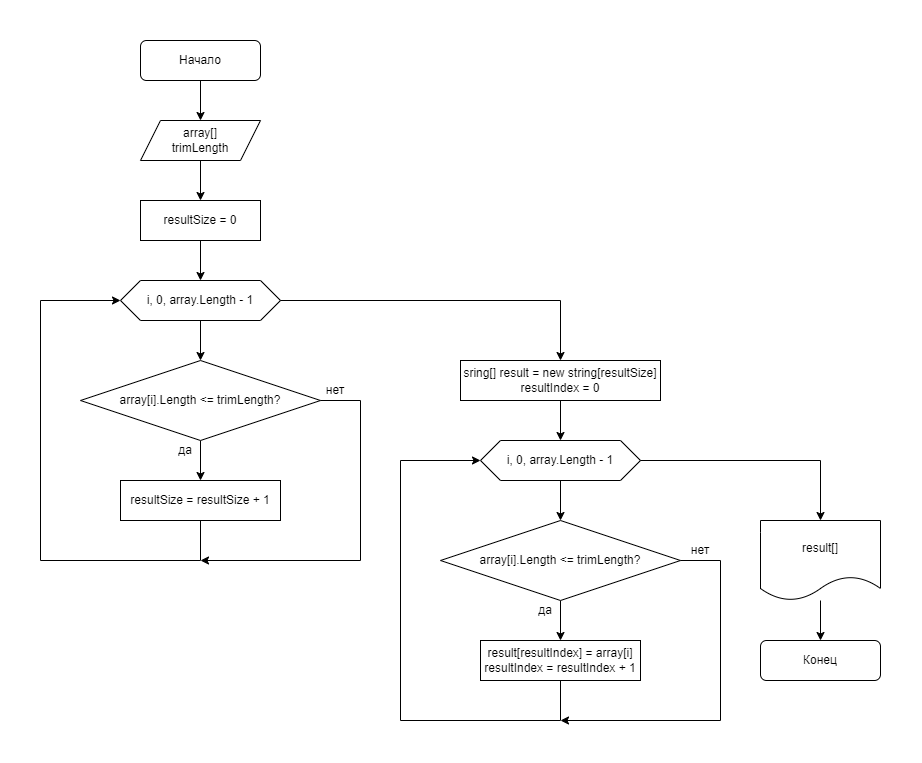
The draw.io diagram Algorithm.drawio.png in AlekseyDerevyannyh/03_SpecializationChoiceFinal, before a commit. Source tidied: cells renumbered, new cells last; positions are measured from the earlier drawing's top-left corner, leaving out a move shared by most shapes.
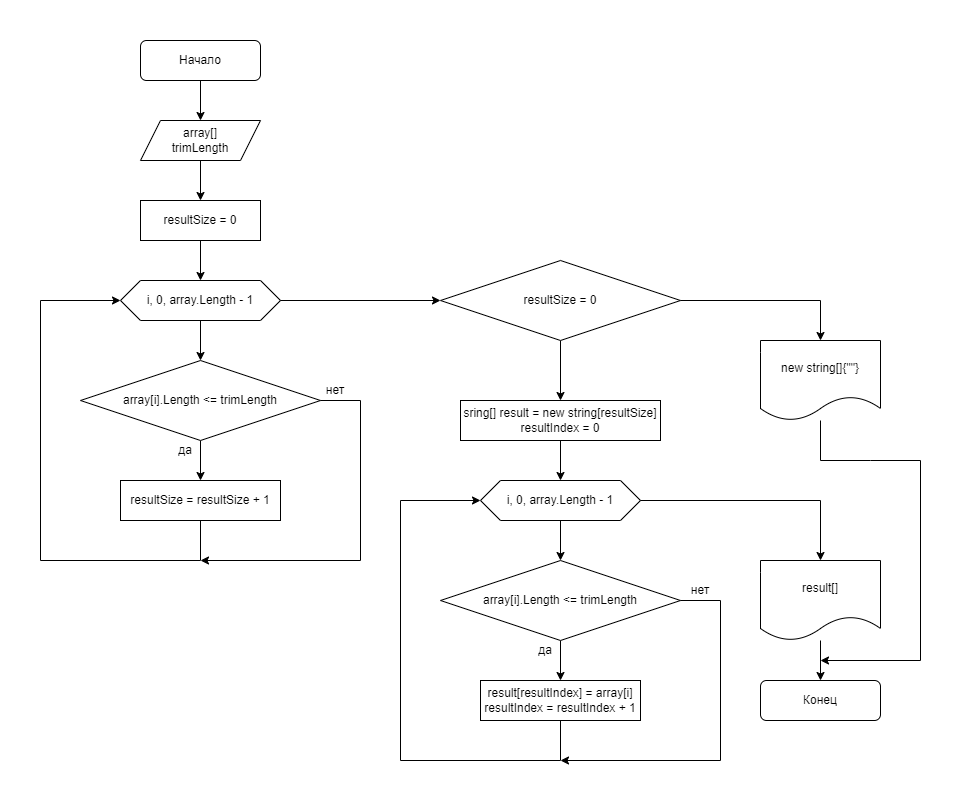
Later version of the same file.

Commit message:
add function TrimString in Program.cs & some changes in Algorithm.drawio.png

What changed in the source:
```diff
@@ -9,7 +9,7 @@
       <mxGeometry x="140" y="40" width="120" height="40" as="geometry" />
     </mxCell>
     <mxCell id="4" value="Конец" style="rounded=1;whiteSpace=wrap;html=1;" parent="1" vertex="1">
-      <mxGeometry x="760" y="640" width="120" height="40" as="geometry" />
+      <mxGeometry x="760" y="680" width="120" height="40" as="geometry" />
     </mxCell>
     <mxCell id="5" style="edgeStyle=none;html=1;" parent="1" edge="1" source="6" target="8">
       <mxGeometry relative="1" as="geometry" />
@@ -32,7 +32,7 @@
     <mxCell id="11" style="edgeStyle=none;html=1;" parent="1" edge="1" source="12" target="14">
       <mxGeometry relative="1" as="geometry" />
     </mxCell>
-    <mxCell id="12" value="array[i].Length &amp;lt;= trimLength?" style="rhombus;whiteSpace=wrap;html=1;" parent="1" vertex="1">
+    <mxCell id="12" value="array[i].Length &amp;lt;= trimLength" style="rhombus;whiteSpace=wrap;html=1;" parent="1" vertex="1">
       <mxGeometry x="80" y="360" width="240" height="80" as="geometry" />
     </mxCell>
     <mxCell id="13" style="edgeStyle=none;html=1;exitX=1;exitY=0.5;exitDx=0;exitDy=0;rounded=0;" parent="1" edge="1" source="12">
@@ -66,90 +66,113 @@
       <mxGeometry relative="1" as="geometry" />
     </mxCell>
     <mxCell id="19" value="sring[] result = new string[resultSize]&lt;br&gt;resultIndex = 0" style="rounded=0;whiteSpace=wrap;html=1;" parent="1" vertex="1">
-      <mxGeometry x="460" y="360" width="200" height="40" as="geometry" />
+      <mxGeometry x="460" y="400" width="200" height="40" as="geometry" />
     </mxCell>
     <mxCell id="20" style="edgeStyle=none;rounded=0;html=1;" parent="1" edge="1" source="21" target="23">
       <mxGeometry relative="1" as="geometry" />
     </mxCell>
     <mxCell id="21" value="i, 0, array.Length - 1" style="shape=hexagon;perimeter=hexagonPerimeter2;whiteSpace=wrap;html=1;fixedSize=1;" parent="1" vertex="1">
-      <mxGeometry x="480" y="440" width="160" height="40" as="geometry" />
+      <mxGeometry x="480" y="480" width="160" height="40" as="geometry" />
     </mxCell>
     <mxCell id="22" style="edgeStyle=none;rounded=0;html=1;" parent="1" edge="1" source="23" target="24">
       <mxGeometry relative="1" as="geometry" />
     </mxCell>
-    <mxCell id="23" value="array[i].Length &amp;lt;= trimLength?" style="rhombus;whiteSpace=wrap;html=1;" parent="1" vertex="1">
-      <mxGeometry x="440" y="520" width="240" height="80" as="geometry" />
+    <mxCell id="23" value="array[i].Length &amp;lt;= trimLength" style="rhombus;whiteSpace=wrap;html=1;" parent="1" vertex="1">
+      <mxGeometry x="440" y="560" width="240" height="80" as="geometry" />
     </mxCell>
     <mxCell id="24" value="result[resultIndex] = array[i]&lt;br&gt;resultIndex = resultIndex + 1" style="rounded=0;whiteSpace=wrap;html=1;" parent="1" vertex="1">
-      <mxGeometry x="480" y="640" width="160" height="40" as="geometry" />
+      <mxGeometry x="480" y="680" width="160" height="40" as="geometry" />
     </mxCell>
     <mxCell id="25" value="да" style="text;html=1;strokeColor=none;fillColor=none;align=center;verticalAlign=middle;whiteSpace=wrap;rounded=0;" parent="1" vertex="1">
-      <mxGeometry x="530" y="600" width="30" height="20" as="geometry" />
+      <mxGeometry x="530" y="640" width="30" height="20" as="geometry" />
     </mxCell>
     <mxCell id="26" style="endArrow=classic;html=1;rounded=0;exitX=0.5;exitY=1;exitDx=0;exitDy=0;entryX=0;entryY=0.5;entryDx=0;entryDy=0;" parent="1" edge="1" source="24" target="21">
       <mxGeometry relative="1" as="geometry">
         <Array as="points">
-          <mxPoint x="560" y="720" />
-          <mxPoint x="400" y="720" />
-          <mxPoint x="400" y="460" />
+          <mxPoint x="560" y="760" />
+          <mxPoint x="400" y="760" />
+          <mxPoint x="400" y="500" />
         </Array>
       </mxGeometry>
     </mxCell>
     <mxCell id="27" style="endArrow=classic;html=1;rounded=0;exitX=1;exitY=0.5;exitDx=0;exitDy=0;" parent="1" edge="1" source="23">
       <mxGeometry relative="1" as="geometry">
-        <mxPoint x="560" y="720" as="targetPoint" />
+        <mxPoint x="560" y="760" as="targetPoint" />
         <Array as="points">
-          <mxPoint x="720" y="560" />
-          <mxPoint x="720" y="720" />
+          <mxPoint x="720" y="600" />
+          <mxPoint x="720" y="760" />
         </Array>
       </mxGeometry>
     </mxCell>
     <mxCell id="28" value="нет" style="text;html=1;strokeColor=none;fillColor=none;align=center;verticalAlign=middle;whiteSpace=wrap;rounded=0;" parent="1" vertex="1">
-      <mxGeometry x="685" y="540" width="30" height="20" as="geometry" />
+      <mxGeometry x="685" y="580" width="30" height="20" as="geometry" />
     </mxCell>
-    <mxCell id="29" style="endArrow=classic;html=1;rounded=0;exitX=1;exitY=0.5;exitDx=0;exitDy=0;entryX=0.5;entryY=0;entryDx=0;entryDy=0;" parent="1" edge="1" source="10" target="19">
-      <mxGeometry relative="1" as="geometry">
-        <Array as="points">
-          <mxPoint x="560" y="300" />
-        </Array>
-      </mxGeometry>
-    </mxCell>
     <mxCell id="30" style="edgeStyle=none;rounded=0;html=1;" parent="1" edge="1" source="31" target="4">
       <mxGeometry relative="1" as="geometry" />
     </mxCell>
     <mxCell id="31" value="result[]" style="shape=document;whiteSpace=wrap;html=1;boundedLbl=1;" parent="1" vertex="1">
-      <mxGeometry x="760" y="520" width="120" height="80" as="geometry" />
+      <mxGeometry x="760" y="560" width="120" height="80" as="geometry" />
     </mxCell>
     <mxCell id="32" style="endArrow=classic;html=1;rounded=0;entryX=0.5;entryY=0;entryDx=0;entryDy=0;exitX=1;exitY=0.5;exitDx=0;exitDy=0;" parent="1" edge="1" source="21" target="31">
       <mxGeometry relative="1" as="geometry">
         <Array as="points">
-          <mxPoint x="820" y="460" />
+          <mxPoint x="820" y="500" />
         </Array>
       </mxGeometry>
     </mxCell>
     <mxCell id="33" style="endArrow=none;html=1;rounded=0;strokeColor=#FFFFFF;" parent="1" edge="1">
       <mxGeometry relative="1" as="geometry">
-        <mxPoint y="760.7" as="sourcePoint" />
+        <mxPoint y="800" as="sourcePoint" />
         <mxPoint as="targetPoint" />
       </mxGeometry>
     </mxCell>
     <mxCell id="34" style="endArrow=none;html=1;rounded=0;strokeColor=#FFFFFF;" parent="1" edge="1">
       <mxGeometry relative="1" as="geometry">
-        <mxPoint y="760" as="sourcePoint" />
-        <mxPoint x="920" y="760" as="targetPoint" />
+        <mxPoint y="800" as="sourcePoint" />
+        <mxPoint x="960" y="800" as="targetPoint" />
       </mxGeometry>
     </mxCell>
     <mxCell id="35" style="endArrow=none;html=1;rounded=0;strokeColor=#FFFFFF;" parent="1" edge="1">
       <mxGeometry relative="1" as="geometry">
-        <mxPoint x="920" y="760" as="sourcePoint" />
-        <mxPoint x="920" as="targetPoint" />
+        <mxPoint x="960" y="800" as="sourcePoint" />
+        <mxPoint x="960" as="targetPoint" />
       </mxGeometry>
     </mxCell>
     <mxCell id="36" style="endArrow=none;html=1;rounded=0;strokeColor=#FFFFFF;" parent="1" edge="1">
       <mxGeometry relative="1" as="geometry">
         <mxPoint as="sourcePoint" />
-        <mxPoint x="920" as="targetPoint" />
+        <mxPoint x="960" as="targetPoint" />
       </mxGeometry>
     </mxCell>
+    <mxCell id="37" style="edgeStyle=none;rounded=0;html=1;" parent="1" edge="1" source="38" target="19">
+      <mxGeometry relative="1" as="geometry" />
+    </mxCell>
+    <mxCell id="38" value="resultSize = 0" style="rhombus;whiteSpace=wrap;html=1;" parent="1" vertex="1">
+      <mxGeometry x="440" y="260" width="240" height="80" as="geometry" />
+    </mxCell>
+    <mxCell id="39" value="new string[]{&quot;&quot;}" style="shape=document;whiteSpace=wrap;html=1;boundedLbl=1;" parent="1" vertex="1">
+      <mxGeometry x="760" y="340" width="120" height="80" as="geometry" />
+    </mxCell>
+    <mxCell id="40" style="endArrow=classic;html=1;exitX=1;exitY=0.5;exitDx=0;exitDy=0;entryX=0.5;entryY=0;entryDx=0;entryDy=0;rounded=0;" parent="1" edge="1" source="38" target="39">
+      <mxGeometry relative="1" as="geometry">
+        <Array as="points">
+          <mxPoint x="820" y="300" />
+        </Array>
+      </mxGeometry>
+    </mxCell>
+    <mxCell id="41" style="endArrow=classic;html=1;rounded=0;exitX=1;exitY=0.5;exitDx=0;exitDy=0;" parent="1" edge="1" source="10" target="38">
+      <mxGeometry relative="1" as="geometry" />
+    </mxCell>
+    <mxCell id="42" style="endArrow=classic;html=1;rounded=0;" parent="1" edge="1" source="39">
+      <mxGeometry relative="1" as="geometry">
+        <mxPoint x="820" y="660" as="targetPoint" />
+        <Array as="points">
+          <mxPoint x="820" y="460" />
+          <mxPoint x="870" y="460" />
+          <mxPoint x="920" y="460" />
+          <mxPoint x="920" y="660" />
+        </Array>
+      </mxGeometry>
+    </mxCell>
   </root>
 </mxGraphModel>
```
